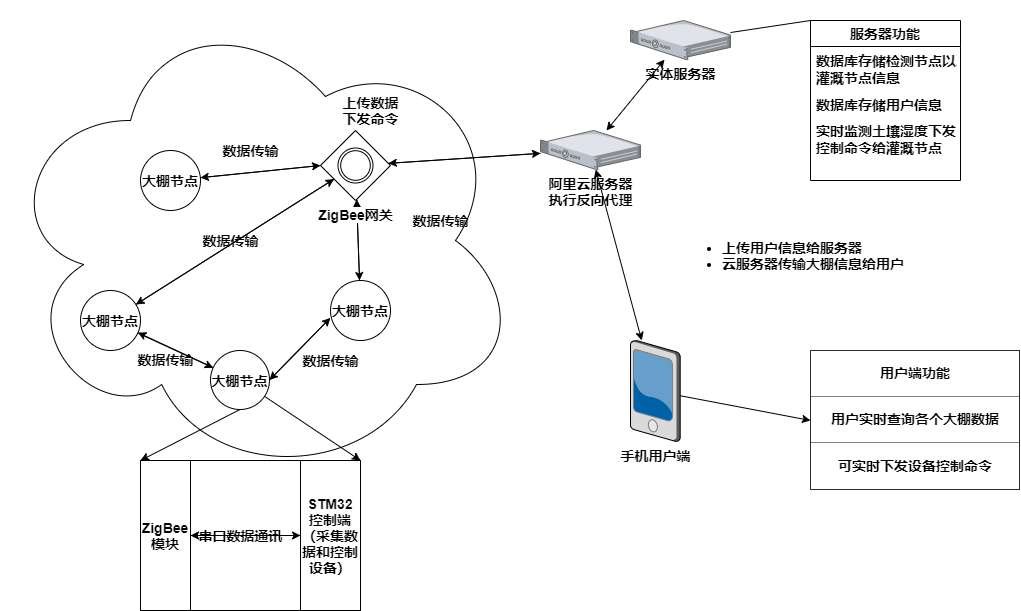
Earlier version of the draw.io export 精准灌溉方框图.png (jiejiehuang113/Precise-irrigation). Source tidied: cells renumbered, new cells last; positions are measured from the earlier drawing's top-left corner, leaving out a move shared by most shapes.
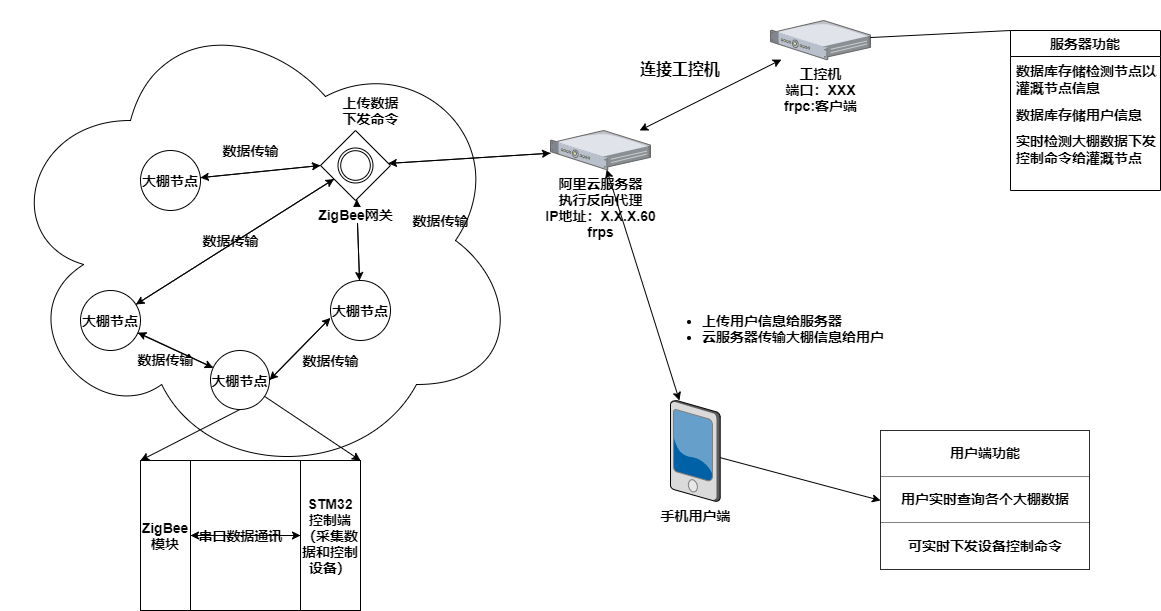
Above is the later version.

Commit message:
更新精准灌溉方框图.png

What changed in the source:
```diff
@@ -50,23 +50,23 @@
     <mxCell id="17" style="edgeStyle=none;rounded=0;jettySize=auto;html=1;" parent="1" edge="1" source="18" target="15">
       <mxGeometry relative="1" as="geometry" />
     </mxCell>
-    <mxCell id="18" value="&lt;b&gt;&lt;font style=&quot;font-size: 14px&quot;&gt;阿里云服务器&lt;br&gt;执行反向代理&lt;/font&gt;&lt;/b&gt;" style="verticalLabelPosition=bottom;html=1;verticalAlign=top;strokeColor=none;align=center;outlineConnect=0;shape=mxgraph.citrix.1u_2u_server;shadow=0;sketch=0;fillColor=none;gradientColor=#ffffff;" parent="1" vertex="1">
-      <mxGeometry x="540" y="130" width="100" height="39.1" as="geometry" />
+    <mxCell id="18" value="&lt;b&gt;&lt;font style=&quot;font-size: 14px&quot;&gt;阿里云服务器&lt;br&gt;执行反向代理&lt;br&gt;IP地址：X.X.X.60&lt;br&gt;frps&lt;br&gt;&lt;/font&gt;&lt;/b&gt;" style="verticalLabelPosition=bottom;html=1;verticalAlign=top;strokeColor=none;align=center;outlineConnect=0;shape=mxgraph.citrix.1u_2u_server;shadow=0;sketch=0;fillColor=none;gradientColor=#ffffff;" parent="1" vertex="1">
+      <mxGeometry x="550" y="130" width="100" height="39.1" as="geometry" />
     </mxCell>
     <mxCell id="19" style="edgeStyle=none;rounded=0;jettySize=auto;html=1;entryX=0;entryY=0.5;entryDx=0;entryDy=0;" parent="1" edge="1" source="20" target="27">
       <mxGeometry relative="1" as="geometry" />
     </mxCell>
     <mxCell id="20" value="&lt;font style=&quot;font-size: 14px&quot;&gt;&lt;b&gt;手机用户端&lt;/b&gt;&lt;/font&gt;" style="verticalLabelPosition=bottom;html=1;verticalAlign=top;strokeColor=none;align=center;outlineConnect=0;shape=mxgraph.citrix.pda;shadow=0;sketch=0;fillColor=none;gradientColor=#ffffff;rotation=0;" parent="1" vertex="1">
-      <mxGeometry x="630" y="340" width="49.7" height="101" as="geometry" />
+      <mxGeometry x="670" y="400" width="49.7" height="101" as="geometry" />
     </mxCell>
     <mxCell id="21" value="&lt;font style=&quot;font-size: 14px;&quot;&gt;上传数据&lt;br style=&quot;font-size: 14px;&quot;&gt;下发命令&lt;br style=&quot;font-size: 14px;&quot;&gt;&lt;/font&gt;" style="text;strokeColor=none;fillColor=none;html=1;fontSize=14;fontStyle=1;verticalAlign=middle;align=center;shadow=0;sketch=0;" parent="1" vertex="1">
       <mxGeometry x="320" y="90" width="100" height="40" as="geometry" />
     </mxCell>
     <mxCell id="22" value="&lt;ul style=&quot;font-size: 14px&quot;&gt;&lt;li&gt;&lt;b&gt;上传用户信息给服务器&lt;/b&gt;&lt;/li&gt;&lt;li&gt;&lt;b&gt;云服务器传输大棚信息给用户&lt;/b&gt;&lt;/li&gt;&lt;/ul&gt;" style="text;strokeColor=none;fillColor=none;html=1;whiteSpace=wrap;verticalAlign=middle;overflow=hidden;shadow=0;sketch=0;" parent="1" vertex="1">
-      <mxGeometry x="680" y="190" width="240" height="130" as="geometry" />
+      <mxGeometry x="660" y="290" width="240.3" height="75" as="geometry" />
     </mxCell>
     <mxCell id="23" value="服务器功能" style="swimlane;fontStyle=1;horizontal=1;startSize=26;fillColor=none;shadow=0;sketch=0;fontSize=14;" parent="1" vertex="1">
-      <mxGeometry x="810" y="20" width="150" height="160" as="geometry" />
+      <mxGeometry x="1010" y="30" width="150" height="160" as="geometry" />
     </mxCell>
     <mxCell id="24" value="数据库存储检测节点以及&#10;灌溉节点信息" style="text;strokeColor=none;fillColor=none;align=left;verticalAlign=top;spacingLeft=4;spacingRight=4;overflow=hidden;fontSize=14;fontStyle=1;" parent="23" vertex="1">
       <mxGeometry y="26" width="150" height="44" as="geometry" />
@@ -74,11 +74,11 @@
     <mxCell id="25" value="数据库存储用户信息" style="text;strokeColor=none;fillColor=none;align=left;verticalAlign=top;spacingLeft=4;spacingRight=4;overflow=hidden;fontSize=14;fontStyle=1;" parent="23" vertex="1">
       <mxGeometry y="70" width="150" height="26" as="geometry" />
     </mxCell>
-    <mxCell id="26" value="实时监测土壤湿度下发&#10;控制命令给灌溉节点" style="text;strokeColor=none;fillColor=none;align=left;verticalAlign=top;spacingLeft=4;spacingRight=4;overflow=hidden;fontSize=14;fontStyle=1;" parent="23" vertex="1">
+    <mxCell id="26" value="实时检测大棚数据下发&#10;控制命令给灌溉节点" style="text;strokeColor=none;fillColor=none;align=left;verticalAlign=top;spacingLeft=4;spacingRight=4;overflow=hidden;fontSize=14;fontStyle=1;" parent="23" vertex="1">
       <mxGeometry y="96" width="150" height="64" as="geometry" />
     </mxCell>
     <mxCell id="27" value="&lt;table border=&quot;1&quot; width=&quot;100%&quot; cellpadding=&quot;4&quot; style=&quot;width: 100%; height: 100%; border-collapse: collapse; font-size: 14px;&quot;&gt;&lt;tbody style=&quot;font-size: 14px;&quot;&gt;&lt;tr style=&quot;font-size: 14px;&quot;&gt;&lt;th align=&quot;center&quot; style=&quot;font-size: 14px;&quot;&gt;用户端功能&lt;br style=&quot;font-size: 14px;&quot;&gt;&lt;/th&gt;&lt;/tr&gt;&lt;tr style=&quot;font-size: 14px;&quot;&gt;&lt;td align=&quot;center&quot; style=&quot;font-size: 14px;&quot;&gt;用户实时查询各个大棚数据&lt;/td&gt;&lt;/tr&gt;&lt;tr style=&quot;font-size: 14px;&quot;&gt;&lt;td align=&quot;center&quot; style=&quot;font-size: 14px;&quot;&gt;可实时下发设备控制命令&lt;/td&gt;&lt;/tr&gt;&lt;/tbody&gt;&lt;/table&gt;" style="text;html=1;strokeColor=none;fillColor=none;overflow=fill;shadow=0;sketch=0;fontStyle=1;fontSize=14;" parent="1" vertex="1">
-      <mxGeometry x="810" y="350" width="210" height="140" as="geometry" />
+      <mxGeometry x="880" y="430" width="210" height="140" as="geometry" />
     </mxCell>
     <mxCell id="28" style="edgeStyle=none;rounded=0;jettySize=auto;html=1;fontStyle=1;fontSize=14;" parent="1" edge="1" source="29" target="31">
       <mxGeometry relative="1" as="geometry" />
@@ -95,8 +95,8 @@
     <mxCell id="32" value="&lt;span style=&quot;font-size: 14px;&quot;&gt;串口数据通讯&lt;/span&gt;" style="text;strokeColor=none;fillColor=none;html=1;fontSize=14;fontStyle=1;verticalAlign=middle;align=center;" parent="1" vertex="1">
       <mxGeometry x="215" y="520" width="50" height="30" as="geometry" />
     </mxCell>
-    <mxCell id="33" value="&lt;b&gt;&lt;font style=&quot;font-size: 14px&quot;&gt;实体服务器&lt;/font&gt;&lt;/b&gt;" style="verticalLabelPosition=bottom;html=1;verticalAlign=top;strokeColor=none;align=center;outlineConnect=0;shape=mxgraph.citrix.1u_2u_server;shadow=0;sketch=0;fillColor=none;gradientColor=#ffffff;" parent="1" vertex="1">
-      <mxGeometry x="630" y="20" width="100" height="39.1" as="geometry" />
+    <mxCell id="33" value="&lt;b&gt;&lt;font style=&quot;font-size: 14px&quot;&gt;工控机&lt;br&gt;端口：XXX&lt;br&gt;frpc:客户端&lt;br&gt;&lt;/font&gt;&lt;/b&gt;" style="verticalLabelPosition=bottom;html=1;verticalAlign=top;strokeColor=none;align=center;outlineConnect=0;shape=mxgraph.citrix.1u_2u_server;shadow=0;sketch=0;fillColor=none;gradientColor=#ffffff;" parent="1" vertex="1">
+      <mxGeometry x="770" y="20" width="100" height="39.1" as="geometry" />
     </mxCell>
     <mxCell id="34" value="&lt;span style=&quot;font-size: 14px;&quot;&gt;数据传输&lt;br style=&quot;font-size: 14px;&quot;&gt;&lt;/span&gt;" style="text;strokeColor=none;fillColor=none;html=1;fontSize=14;fontStyle=1;verticalAlign=middle;align=center;shadow=0;sketch=0;" parent="1" vertex="1">
       <mxGeometry x="180" y="220" width="100" height="40" as="geometry" />
@@ -137,5 +137,8 @@
     <mxCell id="46" style="endArrow=classic;startArrow=classic;html=1;" parent="1" edge="1" source="20" target="18">
       <mxGeometry relative="1" as="geometry" />
     </mxCell>
+    <mxCell id="47" value="连接工控机" style="text;html=1;strokeColor=none;fillColor=none;align=center;verticalAlign=middle;whiteSpace=wrap;rounded=0;fontSize=16;fontStyle=1;" parent="1" vertex="1">
+      <mxGeometry x="630" y="59.1" width="100" height="20" as="geometry" />
+    </mxCell>
   </root>
 </mxGraphModel>
```
